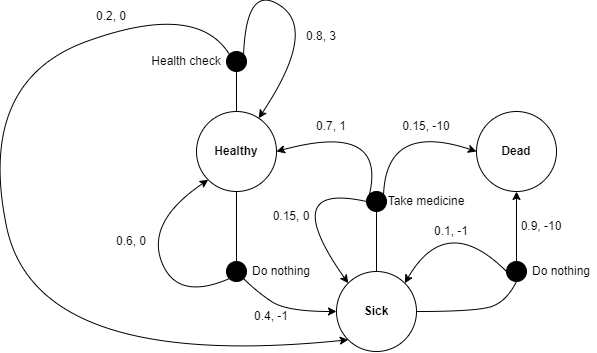
This is RL_Lab2-MDPs_MDP1.drawio.png from MaksimKarnaukh/RL, a draw.io export, as it was before one commit. Source tidied: cells renumbered, new cells last; positions are measured from the earlier drawing's top-left corner, leaving out a move shared by most shapes.
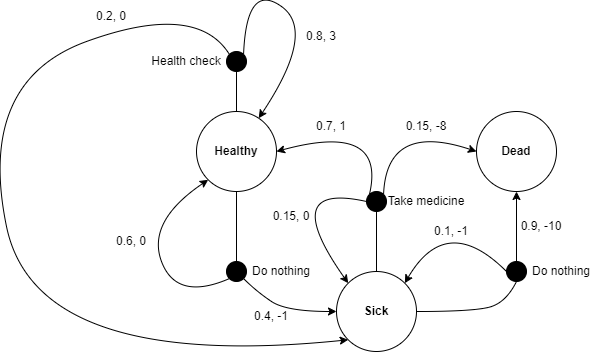
After the commit.

Diff of the diagram source:
```diff
@@ -113,7 +113,7 @@
     <mxCell id="26" value="0.7, 1" style="text;html=1;strokeColor=none;fillColor=none;align=center;verticalAlign=middle;whiteSpace=wrap;rounded=0;" parent="1" vertex="1">
       <mxGeometry x="320" y="130" width="70" height="30" as="geometry" />
     </mxCell>
-    <mxCell id="27" value="0.15, -10" style="text;html=1;strokeColor=none;fillColor=none;align=center;verticalAlign=middle;whiteSpace=wrap;rounded=0;" parent="1" vertex="1">
+    <mxCell id="27" value="0.15, -8" style="text;html=1;strokeColor=none;fillColor=none;align=center;verticalAlign=middle;whiteSpace=wrap;rounded=0;" parent="1" vertex="1">
       <mxGeometry x="415" y="130" width="70" height="30" as="geometry" />
     </mxCell>
     <mxCell id="28" value="0.4, -1" style="text;html=1;strokeColor=none;fillColor=none;align=center;verticalAlign=middle;whiteSpace=wrap;rounded=0;" parent="1" vertex="1">
```
